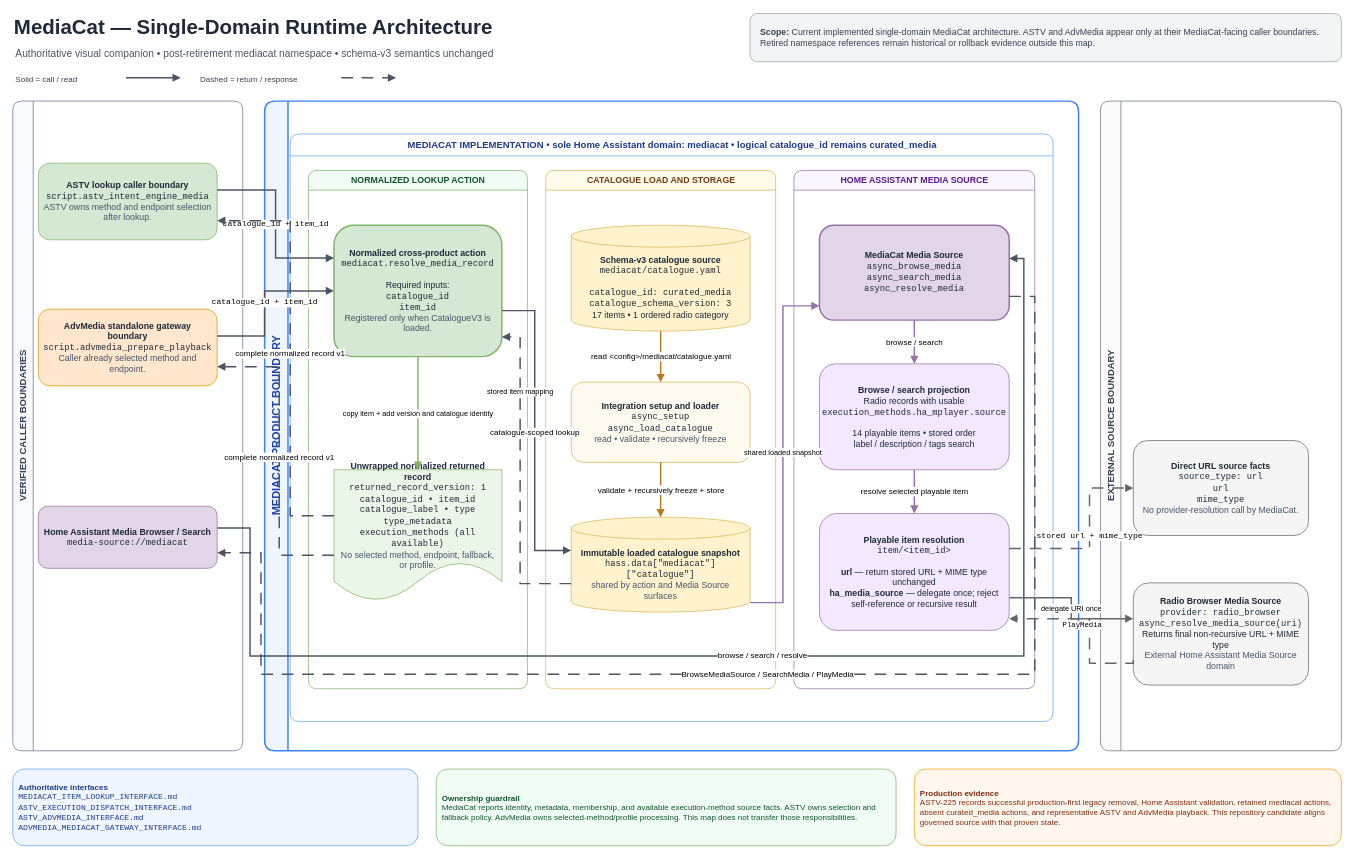
Earlier version of the draw.io diagram 01_Architecture/Diagrams/MEDIACAT_ARCHITECTURE.drawio (83degrees/MediaCat). Source tidied: cells renumbered, new cells numbered last; positions are measured from the earlier drawing's top-left corner, leaving out a move shared by most shapes. Both pictures are drawn from the tidied source at 73%, with x=0, y=0 at pixel (12, 12).
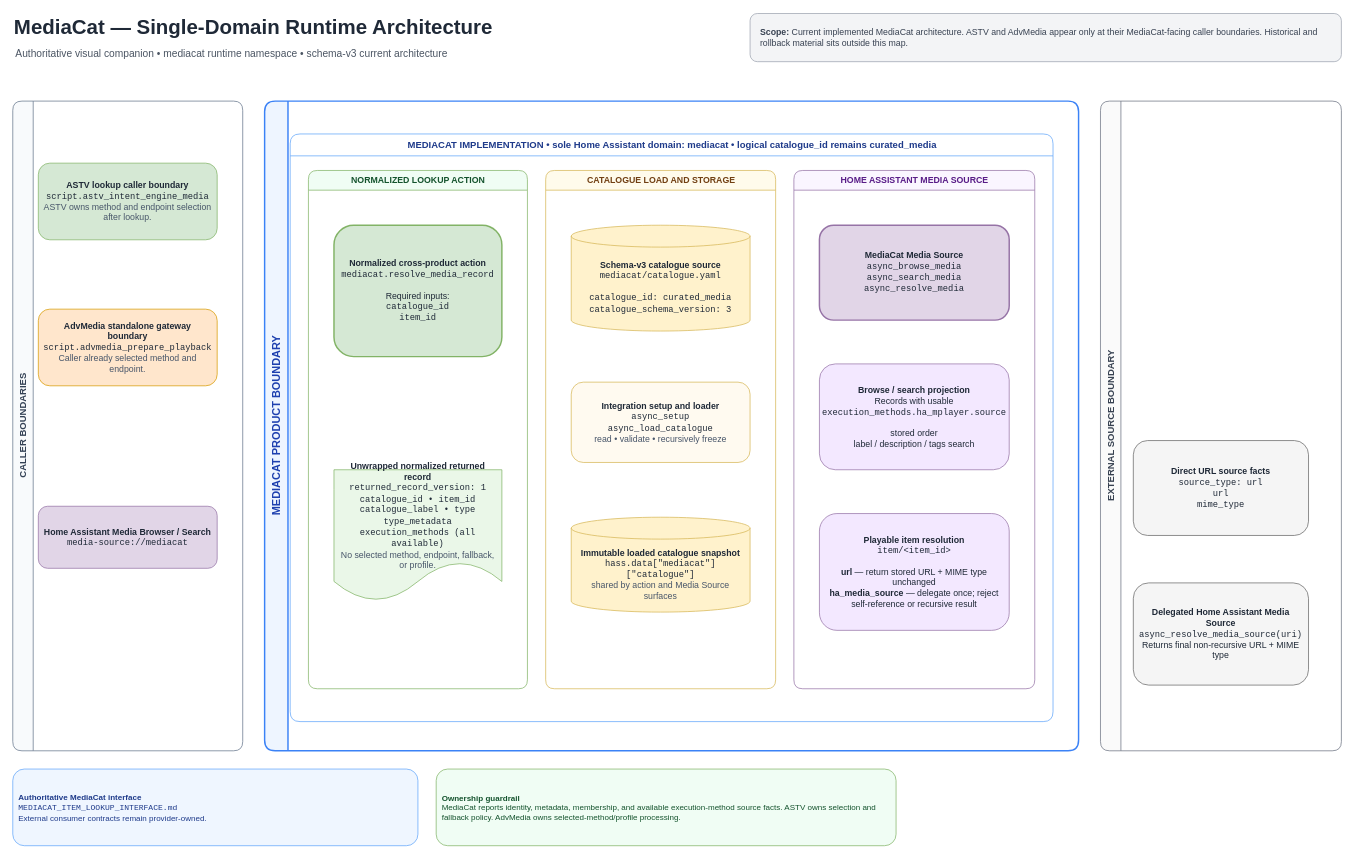
After the change.

Commit message:
ASTV-237 align MediaCat architecture diagram

The change refers to these unchanged cells:
```xml
<mxCell id="12" value="&lt;b&gt;ASTV lookup caller boundary&lt;/b&gt;&lt;br&gt;&lt;span style=&quot;font-family:Courier New&quot;&gt;script.astv_intent_engine_media&lt;/span&gt;&lt;br&gt;&lt;font color=&quot;#475569&quot;&gt;ASTV owns method and endpoint selection after lookup.&lt;/font&gt;" style="rounded=1;whiteSpace=wrap;html=1;fillColor=#d5e8d4;strokeColor=#82b366;fontColor=#1f2937;fontSize=12;spacing=8;" parent="1" vertex="1">
  <mxGeometry x="35" y="206" width="245" height="105" as="geometry" />
</mxCell>
<mxCell id="13" value="&lt;b&gt;AdvMedia standalone gateway boundary&lt;/b&gt;&lt;br&gt;&lt;span style=&quot;font-family:Courier New&quot;&gt;script.advmedia_prepare_playback&lt;/span&gt;&lt;br&gt;&lt;font color=&quot;#475569&quot;&gt;Caller already selected method and endpoint.&lt;/font&gt;" style="rounded=1;whiteSpace=wrap;html=1;fillColor=#ffe6cc;strokeColor=#d79b00;fontColor=#1f2937;fontSize=12;spacing=8;" parent="1" vertex="1">
  <mxGeometry x="35" y="406" width="245" height="105" as="geometry" />
</mxCell>
<mxCell id="14" value="&lt;b&gt;Home Assistant Media Browser / Search&lt;/b&gt;&lt;br&gt;&lt;span style=&quot;font-family:Courier New&quot;&gt;media-source://mediacat&lt;/span&gt;" style="rounded=1;whiteSpace=wrap;html=1;fillColor=#e1d5e7;strokeColor=#9673a6;fontColor=#1f2937;fontSize=12;spacing=8;" parent="1" vertex="1">
  <mxGeometry x="35" y="676" width="245" height="85" as="geometry" />
</mxCell>
<mxCell id="20" value="&lt;b&gt;Integration setup and loader&lt;/b&gt;&lt;br&gt;&lt;span style=&quot;font-family:Courier New&quot;&gt;async_setup&lt;br&gt;async_load_catalogue&lt;/span&gt;&lt;br&gt;&lt;font color=&quot;#475569&quot;&gt;read • validate • recursively freeze&lt;/font&gt;" style="rounded=1;whiteSpace=wrap;html=1;fillColor=#fffaf0;strokeColor=#d6b656;fontColor=#1f2937;fontSize=12;spacing=8;" parent="1" vertex="1">
  <mxGeometry x="765" y="506" width="245" height="110" as="geometry" />
</mxCell>
<mxCell id="21" value="&lt;b&gt;Immutable loaded catalogue snapshot&lt;/b&gt;&lt;br&gt;&lt;span style=&quot;font-family:Courier New&quot;&gt;hass.data[&amp;quot;mediacat&amp;quot;][&amp;quot;catalogue&amp;quot;]&lt;/span&gt;&lt;br&gt;&lt;font color=&quot;#475569&quot;&gt;shared by action and Media Source surfaces&lt;/font&gt;" style="shape=cylinder3;whiteSpace=wrap;html=1;boundedLbl=1;backgroundOutline=1;fillColor=#fff2cc;strokeColor=#d6b656;fontColor=#1f2937;fontSize=12;spacing=8;" parent="1" vertex="1">
  <mxGeometry x="765" y="691" width="245" height="130" as="geometry" />
</mxCell>
<mxCell id="23" value="&lt;b&gt;Unwrapped normalized returned record&lt;/b&gt;&lt;br&gt;&lt;span style=&quot;font-family:Courier New&quot;&gt;returned_record_version: 1&lt;br&gt;catalogue_id • item_id&lt;br&gt;catalogue_label • type&lt;br&gt;type_metadata&lt;br&gt;execution_methods (all available)&lt;/span&gt;&lt;br&gt;&lt;font color=&quot;#475569&quot;&gt;No selected method, endpoint, fallback, or profile.&lt;/font&gt;" style="shape=document;whiteSpace=wrap;html=1;boundedLbl=1;fillColor=#eaf7e8;strokeColor=#82b366;fontColor=#1f2937;fontSize=12;spacing=8;" parent="1" vertex="1">
  <mxGeometry x="440" y="626" width="230" height="180" as="geometry" />
</mxCell>
<mxCell id="24" value="&lt;b&gt;MediaCat Media Source&lt;/b&gt;&lt;br&gt;&lt;span style=&quot;font-family:Courier New&quot;&gt;async_browse_media&lt;br&gt;async_search_media&lt;br&gt;async_resolve_media&lt;/span&gt;" style="rounded=1;whiteSpace=wrap;html=1;fillColor=#e1d5e7;strokeColor=#9673a6;strokeWidth=2;fontColor=#1f2937;fontSize=12;spacing=8;" parent="1" vertex="1">
  <mxGeometry x="1105" y="291" width="260" height="130" as="geometry" />
</mxCell>
<mxCell id="26" value="&lt;b&gt;Playable item resolution&lt;/b&gt;&lt;br&gt;&lt;span style=&quot;font-family:Courier New&quot;&gt;item/&amp;lt;item_id&amp;gt;&lt;/span&gt;&lt;br&gt;&lt;br&gt;&lt;b&gt;url&lt;/b&gt; — return stored URL + MIME type unchanged&lt;br&gt;&lt;b&gt;ha_media_source&lt;/b&gt; — delegate once; reject self-reference or recursive result" style="rounded=1;whiteSpace=wrap;html=1;fillColor=#f3e8ff;strokeColor=#9673a6;fontColor=#1f2937;fontSize=12;spacing=8;" parent="1" vertex="1">
  <mxGeometry x="1105" y="686" width="260" height="160" as="geometry" />
</mxCell>
```

What changed in the source:
```diff
@@
-    <mxCell id="3" value="Authoritative visual companion • post-retirement mediacat namespace • schema-v3 semantics unchanged" style="text;html=1;strokeColor=none;fillColor=none;align=left;verticalAlign=middle;fontSize=14;fontColor=#4b5563;" parent="1" vertex="1">
+    <mxCell id="3" value="Authoritative visual companion • mediacat runtime namespace • schema-v3 current architecture" style="text;html=1;strokeColor=none;fillColor=none;align=left;verticalAlign=middle;fontSize=14;fontColor=#4b5563;" parent="1" vertex="1">
       <mxGeometry x="2" y="42" width="940" height="28" as="geometry" />
     </mxCell>
-    <mxCell id="4" value="&lt;b&gt;Scope:&lt;/b&gt; Current implemented single-domain MediaCat architecture. ASTV and AdvMedia appear only at their MediaCat-facing caller boundaries. Retired namespace references remain historical or rollback evidence outside this map." style="rounded=1;whiteSpace=wrap;html=1;fillColor=#f3f4f6;strokeColor=#9ca3af;fontColor=#374151;fontSize=12;align=left;spacingLeft=12;" parent="1" vertex="1">
+    <mxCell id="4" value="&lt;b&gt;Scope:&lt;/b&gt; Current implemented MediaCat architecture. ASTV and AdvMedia appear only at their MediaCat-facing caller boundaries. Historical and rollback material sits outside this map." style="rounded=1;whiteSpace=wrap;html=1;fillColor=#f3f4f6;strokeColor=#9ca3af;fontColor=#374151;fontSize=12;align=left;spacingLeft=12;" parent="1" vertex="1">
       <mxGeometry x="1010" y="1" width="810" height="66" as="geometry" />
     </mxCell>
-    <mxCell id="5" value="Solid = call / read" style="text;html=1;strokeColor=none;fillColor=none;fontSize=11;fontColor=#374151;align=left;" parent="1" vertex="1">
-      <mxGeometry x="2" y="78" width="150" height="22" as="geometry" />
-    </mxCell>
-    <mxCell id="6" style="edgeStyle=none;html=1;endArrow=block;endFill=1;strokeColor=#4b5563;strokeWidth=2;" parent="1" edge="1">
-      <mxGeometry relative="1" as="geometry">
-        <mxPoint x="155" y="89" as="sourcePoint" />
-        <mxPoint x="230" y="89" as="targetPoint" />
-      </mxGeometry>
-    </mxCell>
-    <mxCell id="7" value="Dashed = return / response" style="text;html=1;strokeColor=none;fillColor=none;fontSize=11;fontColor=#374151;align=left;" parent="1" vertex="1">
-      <mxGeometry x="255" y="78" width="190" height="22" as="geometry" />
-    </mxCell>
-    <mxCell id="8" style="edgeStyle=none;html=1;endArrow=block;endFill=1;strokeColor=#4b5563;strokeWidth=2;dashed=1;dashPattern=8 6;" parent="1" edge="1">
-      <mxGeometry relative="1" as="geometry">
-        <mxPoint x="450" y="89" as="sourcePoint" />
-        <mxPoint x="525" y="89" as="targetPoint" />
-      </mxGeometry>
-    </mxCell>
-    <mxCell id="9" value="VERIFIED CALLER BOUNDARIES" style="swimlane;html=1;horizontal=0;startSize=28;rounded=1;fillColor=#f8fafc;strokeColor=#64748b;fontColor=#334155;fontStyle=1;fontSize=13;" parent="1" vertex="1">
+    <mxCell id="9" value="CALLER BOUNDARIES" style="swimlane;html=1;horizontal=0;startSize=28;rounded=1;fillColor=#f8fafc;strokeColor=#64748b;fontColor=#334155;fontStyle=1;fontSize=13;" parent="1" vertex="1">
       <mxGeometry y="121" width="315" height="890" as="geometry" />
     </mxCell>
@@
-    <mxCell id="19" value="&lt;b&gt;Schema-v3 catalogue source&lt;/b&gt;&lt;br&gt;&lt;span style=&quot;font-family:Courier New&quot;&gt;mediacat/catalogue.yaml&lt;/span&gt;&lt;br&gt;&lt;br&gt;&lt;span style=&quot;font-family:Courier New&quot;&gt;catalogue_id: curated_media&lt;br&gt;catalogue_schema_version: 3&lt;/span&gt;&lt;br&gt;17 items • 1 ordered radio category" style="shape=cylinder3;whiteSpace=wrap;html=1;boundedLbl=1;backgroundOutline=1;fillColor=#fff2cc;strokeColor=#d6b656;fontColor=#1f2937;fontSize=12;spacing=8;" parent="1" vertex="1">
+    <mxCell id="19" value="&lt;b&gt;Schema-v3 catalogue source&lt;/b&gt;&lt;br&gt;&lt;span style=&quot;font-family:Courier New&quot;&gt;mediacat/catalogue.yaml&lt;/span&gt;&lt;br&gt;&lt;br&gt;&lt;span style=&quot;font-family:Courier New&quot;&gt;catalogue_id: curated_media&lt;br&gt;catalogue_schema_version: 3&lt;/span&gt;" style="shape=cylinder3;whiteSpace=wrap;html=1;boundedLbl=1;backgroundOutline=1;fillColor=#fff2cc;strokeColor=#d6b656;fontColor=#1f2937;fontSize=12;spacing=8;" parent="1" vertex="1">
       <mxGeometry x="765" y="291" width="245" height="145" as="geometry" />
     </mxCell>
@@
-    <mxCell id="22" value="&lt;b&gt;Normalized cross-product action&lt;/b&gt;&lt;br&gt;&lt;span style=&quot;font-family:Courier New&quot;&gt;mediacat.resolve_media_record&lt;/span&gt;&lt;br&gt;&lt;br&gt;Required inputs:&lt;br&gt;&lt;span style=&quot;font-family:Courier New&quot;&gt;catalogue_id&lt;br&gt;item_id&lt;/span&gt;&lt;br&gt;&lt;font color=&quot;#475569&quot;&gt;Registered only when CatalogueV3 is loaded.&lt;/font&gt;" style="rounded=1;whiteSpace=wrap;html=1;fillColor=#d5e8d4;strokeColor=#82b366;strokeWidth=2;fontColor=#1f2937;fontSize=12;spacing=8;" parent="1" vertex="1">
+    <mxCell id="22" value="&lt;b&gt;Normalized cross-product action&lt;/b&gt;&lt;br&gt;&lt;span style=&quot;font-family:Courier New&quot;&gt;mediacat.resolve_media_record&lt;/span&gt;&lt;br&gt;&lt;br&gt;Required inputs:&lt;br&gt;&lt;span style=&quot;font-family:Courier New&quot;&gt;catalogue_id&lt;br&gt;item_id&lt;/span&gt;" style="rounded=1;whiteSpace=wrap;html=1;fillColor=#d5e8d4;strokeColor=#82b366;strokeWidth=2;fontColor=#1f2937;fontSize=12;spacing=8;" parent="1" vertex="1">
       <mxGeometry x="440" y="291" width="230" height="180" as="geometry" />
     </mxCell>
@@
-    <mxCell id="25" value="&lt;b&gt;Browse / search projection&lt;/b&gt;&lt;br&gt;Radio records with usable&lt;br&gt;&lt;span style=&quot;font-family:Courier New&quot;&gt;execution_methods.ha_mplayer.source&lt;/span&gt;&lt;br&gt;&lt;br&gt;14 playable items • stored order&lt;br&gt;label / description / tags search" style="rounded=1;whiteSpace=wrap;html=1;fillColor=#f3e8ff;strokeColor=#9673a6;fontColor=#1f2937;fontSize=12;spacing=8;" parent="1" vertex="1">
+    <mxCell id="25" value="&lt;b&gt;Browse / search projection&lt;/b&gt;&lt;br&gt;Records with usable&lt;br&gt;&lt;span style=&quot;font-family:Courier New&quot;&gt;execution_methods.ha_mplayer.source&lt;/span&gt;&lt;br&gt;&lt;br&gt;stored order&lt;br&gt;label / description / tags search" style="rounded=1;whiteSpace=wrap;html=1;fillColor=#f3e8ff;strokeColor=#9673a6;fontColor=#1f2937;fontSize=12;spacing=8;" parent="1" vertex="1">
       <mxGeometry x="1105" y="481" width="260" height="145" as="geometry" />
     </mxCell>
@@
-    <mxCell id="27" value="&lt;b&gt;Direct URL source facts&lt;/b&gt;&lt;br&gt;&lt;span style=&quot;font-family:Courier New&quot;&gt;source_type: url&lt;br&gt;url&lt;br&gt;mime_type&lt;/span&gt;&lt;br&gt;&lt;font color=&quot;#475569&quot;&gt;No provider-resolution call by MediaCat.&lt;/font&gt;" style="rounded=1;whiteSpace=wrap;html=1;fillColor=#f5f5f5;strokeColor=#666666;fontColor=#1f2937;fontSize=12;spacing=8;" parent="1" vertex="1">
+    <mxCell id="27" value="&lt;b&gt;Direct URL source facts&lt;/b&gt;&lt;br&gt;&lt;span style=&quot;font-family:Courier New&quot;&gt;source_type: url&lt;br&gt;url&lt;br&gt;mime_type&lt;/span&gt;" style="rounded=1;whiteSpace=wrap;html=1;fillColor=#f5f5f5;strokeColor=#666666;fontColor=#1f2937;fontSize=12;spacing=8;" parent="1" vertex="1">
       <mxGeometry x="1535" y="586" width="240" height="130" as="geometry" />
     </mxCell>
-    <mxCell id="28" value="&lt;b&gt;Radio Browser Media Source&lt;/b&gt;&lt;br&gt;&lt;span style=&quot;font-family:Courier New&quot;&gt;provider: radio_browser&lt;br&gt;async_resolve_media_source(uri)&lt;/span&gt;&lt;br&gt;Returns final non-recursive URL + MIME type&lt;br&gt;&lt;font color=&quot;#475569&quot;&gt;External Home Assistant Media Source domain&lt;/font&gt;" style="rounded=1;whiteSpace=wrap;html=1;fillColor=#f5f5f5;strokeColor=#666666;fontColor=#1f2937;fontSize=12;spacing=8;" parent="1" vertex="1">
+    <mxCell id="28" value="&lt;b&gt;Delegated Home Assistant Media Source&lt;/b&gt;&lt;br&gt;&lt;span style=&quot;font-family:Courier New&quot;&gt;async_resolve_media_source(uri)&lt;/span&gt;&lt;br&gt;Returns final non-recursive URL + MIME type" style="rounded=1;whiteSpace=wrap;html=1;fillColor=#f5f5f5;strokeColor=#666666;fontColor=#1f2937;fontSize=12;spacing=8;" parent="1" vertex="1">
       <mxGeometry x="1535" y="781" width="240" height="140" as="geometry" />
     </mxCell>
-    <mxCell id="29" value="read &amp;lt;config&amp;gt;/mediacat/catalogue.yaml" style="edgeStyle=orthogonalEdgeStyle;rounded=0;html=1;endArrow=block;endFill=1;strokeColor=#b7791f;strokeWidth=2;fontSize=11;labelBackgroundColor=#ffffff;" parent="1" edge="1" source="19" target="20">
-      <mxGeometry relative="1" as="geometry" />
-    </mxCell>
-    <mxCell id="30" value="validate + recursively freeze + store" style="edgeStyle=orthogonalEdgeStyle;rounded=0;html=1;endArrow=block;endFill=1;strokeColor=#b7791f;strokeWidth=2;fontSize=11;labelBackgroundColor=#ffffff;" parent="1" edge="1" source="20" target="21">
-      <mxGeometry relative="1" as="geometry" />
-    </mxCell>
-    <mxCell id="31" value="catalogue-scoped lookup" style="edgeStyle=orthogonalEdgeStyle;rounded=0;html=1;endArrow=block;endFill=1;strokeColor=#4b5563;strokeWidth=2;fontSize=11;labelBackgroundColor=#ffffff;exitX=1;exitY=0.65;entryX=0;entryY=0.35;" parent="1" edge="1" source="22" target="21">
-      <mxGeometry relative="1" as="geometry">
-        <Array as="points">
-          <mxPoint x="715" y="408" />
-          <mxPoint x="715" y="736" />
-        </Array>
-      </mxGeometry>
-    </mxCell>
-    <mxCell id="32" value="stored item mapping" style="edgeStyle=orthogonalEdgeStyle;rounded=0;html=1;endArrow=block;endFill=1;strokeColor=#4b5563;strokeWidth=2;dashed=1;dashPattern=8 6;fontSize=10;labelBackgroundColor=#ffffff;exitX=0;exitY=0.7;entryX=1;entryY=0.85;" parent="1" edge="1" source="21" target="22">
-      <mxGeometry x="0.5" relative="1" as="geometry">
-        <Array as="points">
-          <mxPoint x="695" y="782" />
-          <mxPoint x="695" y="444" />
-        </Array>
-        <mxPoint y="-8" as="offset" />
-      </mxGeometry>
-    </mxCell>
-    <mxCell id="33" value="copy item + add version and catalogue identity" style="edgeStyle=orthogonalEdgeStyle;rounded=0;html=1;endArrow=block;endFill=1;strokeColor=#82b366;strokeWidth=2;fontSize=10;labelBackgroundColor=#ffffff;" parent="1" edge="1" source="22" target="23">
-      <mxGeometry relative="1" as="geometry" />
-    </mxCell>
-    <mxCell id="34" value="shared loaded snapshot" style="edgeStyle=orthogonalEdgeStyle;rounded=0;html=1;endArrow=block;endFill=1;strokeColor=#9673a6;strokeWidth=2;fontSize=10;labelBackgroundColor=#ffffff;exitX=1;exitY=0.9;entryX=0;entryY=0.85;" parent="1" edge="1" source="21" target="24">
-      <mxGeometry relative="1" as="geometry">
-        <Array as="points">
-          <mxPoint x="1055" y="808" />
-          <mxPoint x="1055" y="402" />
-        </Array>
-      </mxGeometry>
-    </mxCell>
-    <mxCell id="35" value="browse / search" style="edgeStyle=orthogonalEdgeStyle;rounded=0;html=1;endArrow=block;endFill=1;strokeColor=#9673a6;strokeWidth=2;fontSize=11;labelBackgroundColor=#ffffff;" parent="1" edge="1" source="24" target="25">
-      <mxGeometry relative="1" as="geometry" />
-    </mxCell>
-    <mxCell id="36" value="resolve selected playable item" style="edgeStyle=orthogonalEdgeStyle;rounded=0;html=1;endArrow=block;endFill=1;strokeColor=#9673a6;strokeWidth=2;fontSize=11;labelBackgroundColor=#ffffff;" parent="1" edge="1" source="25" target="26">
-      <mxGeometry relative="1" as="geometry" />
-    </mxCell>
-    <mxCell id="37" value="catalogue_id + item_id" style="edgeStyle=orthogonalEdgeStyle;rounded=0;html=1;endArrow=block;endFill=1;strokeColor=#4b5563;strokeWidth=2;fontFamily=Courier New;fontSize=11;labelBackgroundColor=#ffffff;exitX=1;exitY=0.35;entryX=0;entryY=0.25;" parent="1" edge="1" source="12" target="22">
-      <mxGeometry relative="1" as="geometry" />
-    </mxCell>
-    <mxCell id="38" value="complete normalized record v1" style="edgeStyle=orthogonalEdgeStyle;rounded=0;html=1;endArrow=block;endFill=1;strokeColor=#4b5563;strokeWidth=2;dashed=1;dashPattern=8 6;fontSize=11;labelBackgroundColor=#ffffff;exitX=0;exitY=0.35;entryX=1;entryY=0.75;" parent="1" edge="1" source="23" target="12">
-      <mxGeometry relative="1" as="geometry">
-        <Array as="points">
-          <mxPoint x="380" y="689" />
-          <mxPoint x="380" y="285" />
-        </Array>
-      </mxGeometry>
-    </mxCell>
-    <mxCell id="39" value="catalogue_id + item_id" style="edgeStyle=orthogonalEdgeStyle;rounded=0;html=1;endArrow=block;endFill=1;strokeColor=#4b5563;strokeWidth=2;fontFamily=Courier New;fontSize=11;labelBackgroundColor=#ffffff;exitX=1;exitY=0.35;entryX=0;entryY=0.5;" parent="1" edge="1" source="13" target="22">
-      <mxGeometry relative="1" as="geometry">
-        <Array as="points">
-          <mxPoint x="345" y="443" />
-        </Array>
-      </mxGeometry>
-    </mxCell>
-    <mxCell id="40" value="complete normalized record v1" style="edgeStyle=orthogonalEdgeStyle;rounded=0;html=1;endArrow=block;endFill=1;strokeColor=#4b5563;strokeWidth=2;dashed=1;dashPattern=8 6;fontSize=11;labelBackgroundColor=#ffffff;exitX=0;exitY=0.65;entryX=1;entryY=0.75;" parent="1" edge="1" source="23" target="13">
-      <mxGeometry relative="1" as="geometry">
-        <Array as="points">
-          <mxPoint x="365" y="743" />
-          <mxPoint x="365" y="485" />
-        </Array>
-      </mxGeometry>
-    </mxCell>
-    <mxCell id="41" value="browse / search / resolve" style="edgeStyle=orthogonalEdgeStyle;rounded=0;html=1;endArrow=block;endFill=1;strokeColor=#4b5563;strokeWidth=2;fontSize=11;labelBackgroundColor=#ffffff;exitX=1;exitY=0.35;entryX=1;entryY=0.35;" parent="1" edge="1" source="14" target="24">
-      <mxGeometry relative="1" as="geometry">
-        <Array as="points">
-          <mxPoint x="325" y="706" />
-          <mxPoint x="325" y="881" />
-          <mxPoint x="1385" y="881" />
-          <mxPoint x="1385" y="336" />
-        </Array>
-      </mxGeometry>
-    </mxCell>
-    <mxCell id="42" value="BrowseMediaSource / SearchMedia / PlayMedia" style="edgeStyle=orthogonalEdgeStyle;rounded=0;html=1;endArrow=block;endFill=1;strokeColor=#4b5563;strokeWidth=2;dashed=1;dashPattern=8 6;fontSize=11;labelBackgroundColor=#ffffff;exitX=1;exitY=0.75;entryX=1;entryY=0.75;" parent="1" edge="1" source="24" target="14">
-      <mxGeometry relative="1" as="geometry">
-        <Array as="points">
-          <mxPoint x="1400" y="388" />
-          <mxPoint x="1400" y="906" />
-          <mxPoint x="340" y="906" />
-          <mxPoint x="340" y="740" />
-        </Array>
-      </mxGeometry>
-    </mxCell>
-    <mxCell id="43" value="stored url + mime_type" style="edgeStyle=orthogonalEdgeStyle;rounded=0;html=1;endArrow=block;endFill=1;strokeColor=#666666;strokeWidth=2;dashed=1;dashPattern=8 6;fontFamily=Courier New;fontSize=11;labelBackgroundColor=#ffffff;exitX=1;exitY=0.3;entryX=0;entryY=0.5;" parent="1" edge="1" source="26" target="27">
-      <mxGeometry relative="1" as="geometry">
-        <Array as="points">
-          <mxPoint x="1475" y="734" />
-          <mxPoint x="1475" y="651" />
-        </Array>
-      </mxGeometry>
-    </mxCell>
-    <mxCell id="44" value="delegate URI once" style="edgeStyle=orthogonalEdgeStyle;rounded=0;html=1;endArrow=block;endFill=1;strokeColor=#666666;strokeWidth=2;fontSize=10;labelBackgroundColor=#ffffff;exitX=1;exitY=0.72;entryX=0;entryY=0.35;" parent="1" edge="1" source="26" target="28">
-      <mxGeometry x="0.1" relative="1" as="geometry">
-        <mxPoint y="-9" as="offset" />
-      </mxGeometry>
-    </mxCell>
-    <mxCell id="45" value="PlayMedia" style="edgeStyle=orthogonalEdgeStyle;rounded=0;html=1;endArrow=block;endFill=1;strokeColor=#666666;strokeWidth=2;dashed=1;dashPattern=8 6;fontFamily=Courier New;fontSize=10;labelBackgroundColor=#ffffff;exitX=0;exitY=0.75;entryX=1;entryY=0.9;" parent="1" edge="1" source="28" target="26">
-      <mxGeometry x="0.15" relative="1" as="geometry">
-        <Array as="points">
-          <mxPoint x="1475" y="891" />
-          <mxPoint x="1475" y="830" />
-        </Array>
-        <mxPoint y="9" as="offset" />
-      </mxGeometry>
-    </mxCell>
+    <mxCell id="47" value="&lt;b&gt;Ownership guardrail&lt;/b&gt;&lt;br&gt;MediaCat reports identity, metadata, membership, and available execution-method source facts. ASTV owns selection and fallback policy. AdvMedia owns selected-method/profile processing." style="rounded=1;whiteSpace=wrap;html=1;fillColor=#f0fdf4;strokeColor=#82b366;fontColor=#14532d;fontSize=11;spacing=8;align=left;" parent="1" vertex="1">
+      <mxGeometry x="580" y="1036" width="630" height="105" as="geometry" />
+    </mxCell>
-    <mxCell id="46" value="&lt;b&gt;Authoritative interfaces&lt;/b&gt;&lt;br&gt;&lt;span style=&quot;font-family:Courier New&quot;&gt;MEDIACAT_ITEM_LOOKUP_INTERFACE.md&lt;br&gt;ASTV_EXECUTION_DISPATCH_INTERFACE.md&lt;br&gt;ASTV_ADVMEDIA_INTERFACE.md&lt;br&gt;ADVMEDIA_MEDIACAT_GATEWAY_INTERFACE.md&lt;/span&gt;" style="rounded=1;whiteSpace=wrap;html=1;fillColor=#eff6ff;strokeColor=#60a5fa;fontColor=#1e3a8a;fontSize=11;spacing=8;align=left;" parent="1" vertex="1">
+    <mxCell id="46" value="&lt;b&gt;Authoritative MediaCat interface&lt;/b&gt;&lt;br&gt;&lt;span style=&quot;font-family:Courier New&quot;&gt;MEDIACAT_ITEM_LOOKUP_INTERFACE.md&lt;/span&gt;&lt;br&gt;External consumer contracts remain provider-owned." style="rounded=1;whiteSpace=wrap;html=1;fillColor=#eff6ff;strokeColor=#60a5fa;fontColor=#1e3a8a;fontSize=11;spacing=8;align=left;" parent="1" vertex="1">
       <mxGeometry y="1036" width="555" height="105" as="geometry" />
     </mxCell>
-    <mxCell id="47" value="&lt;b&gt;Ownership guardrail&lt;/b&gt;&lt;br&gt;MediaCat reports identity, metadata, membership, and available execution-method source facts. ASTV owns selection and fallback policy. AdvMedia owns selected-method/profile processing. This map does not transfer those responsibilities." style="rounded=1;whiteSpace=wrap;html=1;fillColor=#f0fdf4;strokeColor=#82b366;fontColor=#14532d;fontSize=11;spacing=8;align=left;" parent="1" vertex="1">
-      <mxGeometry x="580" y="1036" width="630" height="105" as="geometry" />
-    </mxCell>
-    <mxCell id="48" value="&lt;b&gt;Production evidence&lt;/b&gt;&lt;br&gt;ASTV-225 records successful production-first legacy removal, Home Assistant validation, retained mediacat actions, absent curated_media actions, and representative ASTV and AdvMedia playback. This repository candidate aligns governed source with that proven state." style="rounded=1;whiteSpace=wrap;html=1;fillColor=#fff7ed;strokeColor=#f59e0b;fontColor=#7c2d12;fontSize=11;spacing=8;align=left;" parent="1" vertex="1">
-      <mxGeometry x="1235" y="1036" width="585" height="105" as="geometry" />
-    </mxCell>
```
